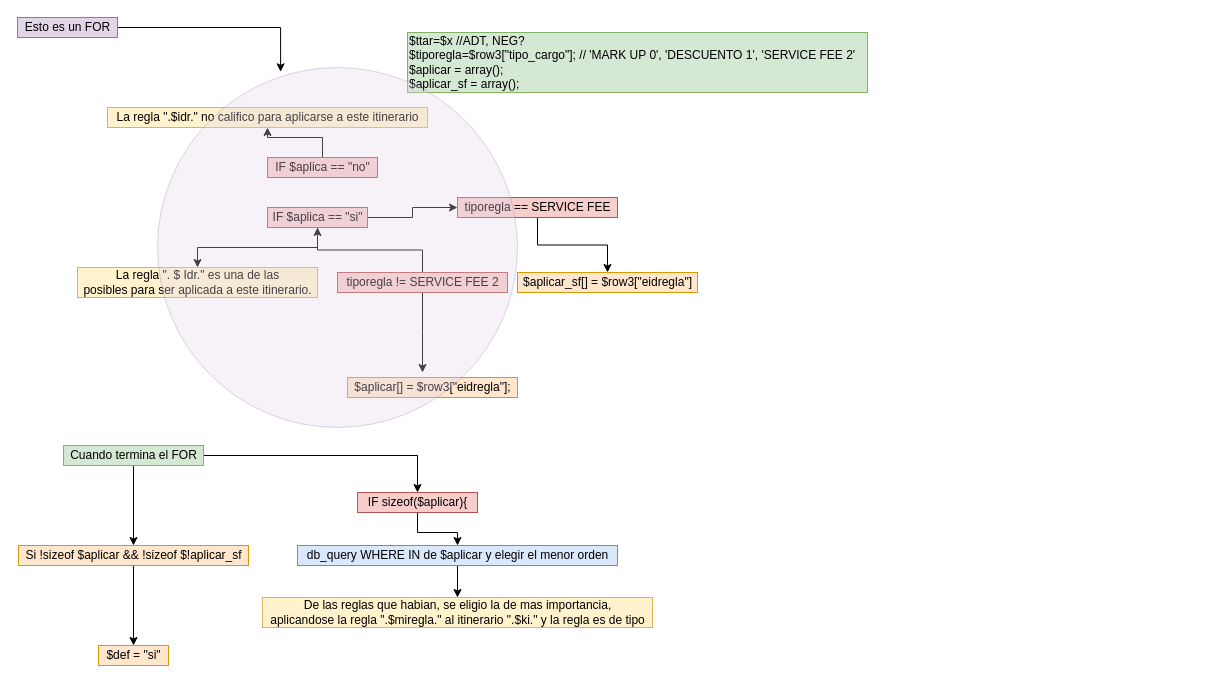
Above: For/Si aplica o no.drawio in tomaslvidal/bootstrap-4-setting-and-diagram-use (draw.io), before the change. Source tidied: cells renumbered, new cells numbered last; positions are measured from the earlier drawing's top-left corner, leaving out a move shared by most shapes. Both pictures are drawn from the tidied source at 100%, with x=0, y=0 at pixel (17, 17).
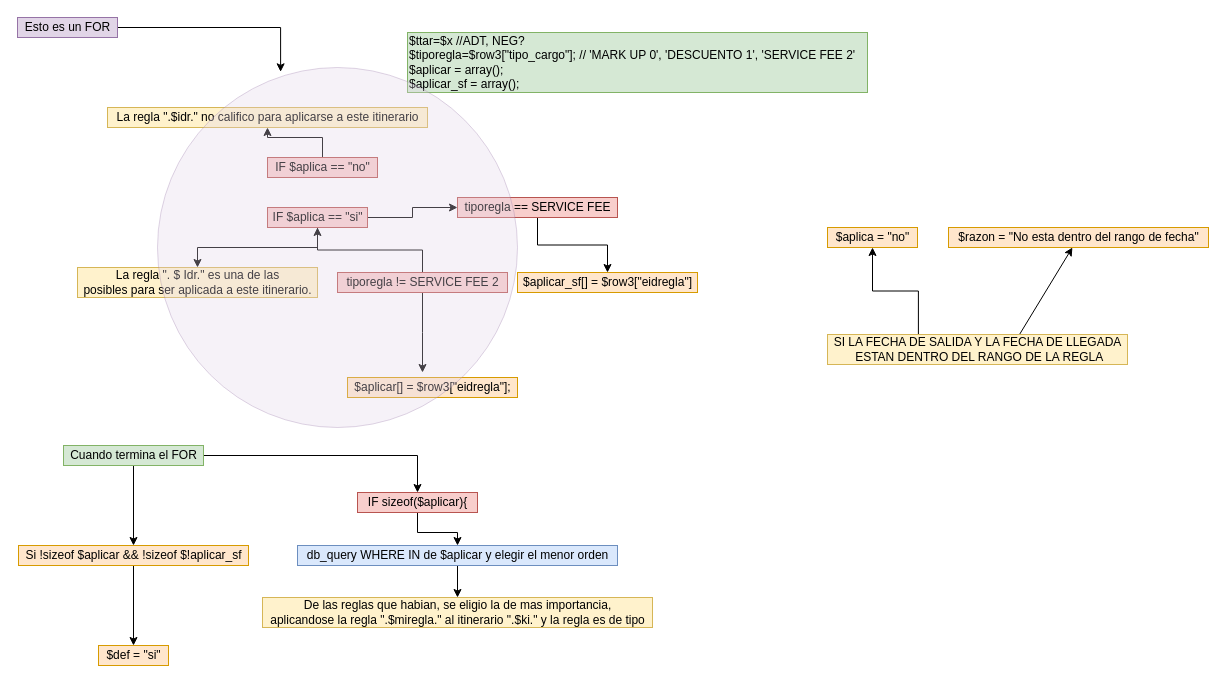
The same page after the edit.

The edit, as a diff of the source:
```diff
@@
+    <mxCell id="31" value="$aplica = &quot;no&quot;" style="text;html=1;align=center;verticalAlign=middle;points=[];fillColor=#ffe6cc;strokeColor=#d79b00;" parent="1" vertex="1">
+      <mxGeometry x="810" y="210" width="90" height="20" as="geometry" />
+    </mxCell>
+    <mxCell id="32" style="edgeStyle=orthogonalEdgeStyle;rounded=0;jettySize=auto;html=1;exitX=0.303;exitY=0.011;exitDx=0;exitDy=0;exitPerimeter=0;" parent="1" edge="1" source="35" target="31">
+      <mxGeometry relative="1" as="geometry" />
+    </mxCell>
+    <mxCell id="33" value="$razon = &quot;No esta dentro del rango de fecha&quot;" style="text;html=1;align=center;verticalAlign=middle;points=[];fillColor=#ffe6cc;strokeColor=#d79b00;" parent="1" vertex="1">
+      <mxGeometry x="931" y="210" width="260" height="20" as="geometry" />
+    </mxCell>
+    <mxCell id="34" style="endArrow=classic;html=1;strokeColor=#000000;exitX=0.638;exitY=0.033;exitDx=0;exitDy=0;exitPerimeter=0;" parent="1" edge="1" target="33">
+      <mxGeometry relative="1" as="geometry">
+        <mxPoint x="1001.4" y="318" as="sourcePoint" />
+      </mxGeometry>
+    </mxCell>
+    <mxCell id="35" value="SI LA FECHA DE SALIDA Y LA FECHA DE LLEGADA&lt;br&gt;&amp;nbsp;ESTAN DENTRO DEL RANGO DE LA REGLA" style="text;html=1;align=center;verticalAlign=middle;points=[];fillColor=#fff2cc;strokeColor=#d6b656;" parent="1" vertex="1">
+      <mxGeometry x="810" y="317" width="300" height="30" as="geometry" />
+    </mxCell>
```
